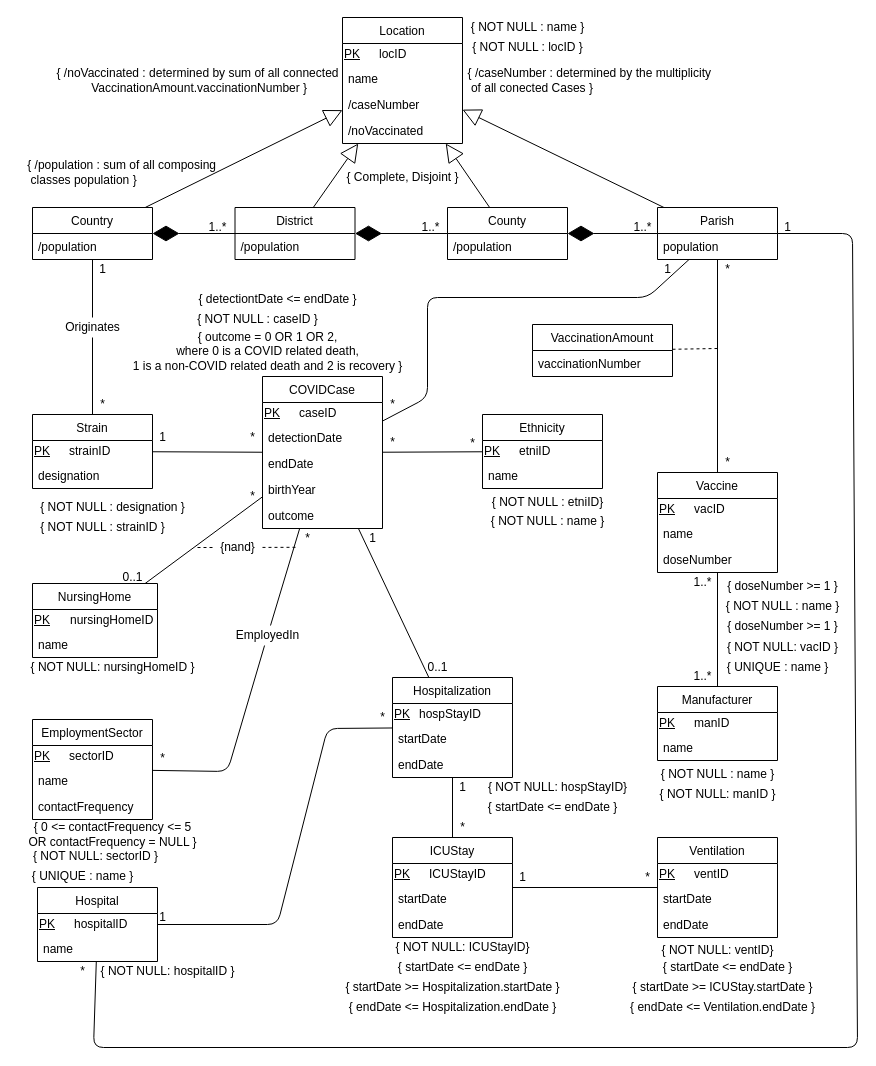
The draw.io diagram proj.drawio in DreFlo/bdad-proj, before the edit. Source tidied: cells renumbered, new cells numbered last; positions are measured from the earlier drawing's top-left corner, leaving out a move shared by most shapes. Both pictures are drawn from the tidied source at 100%, with x=0, y=0 at pixel (17, 17).
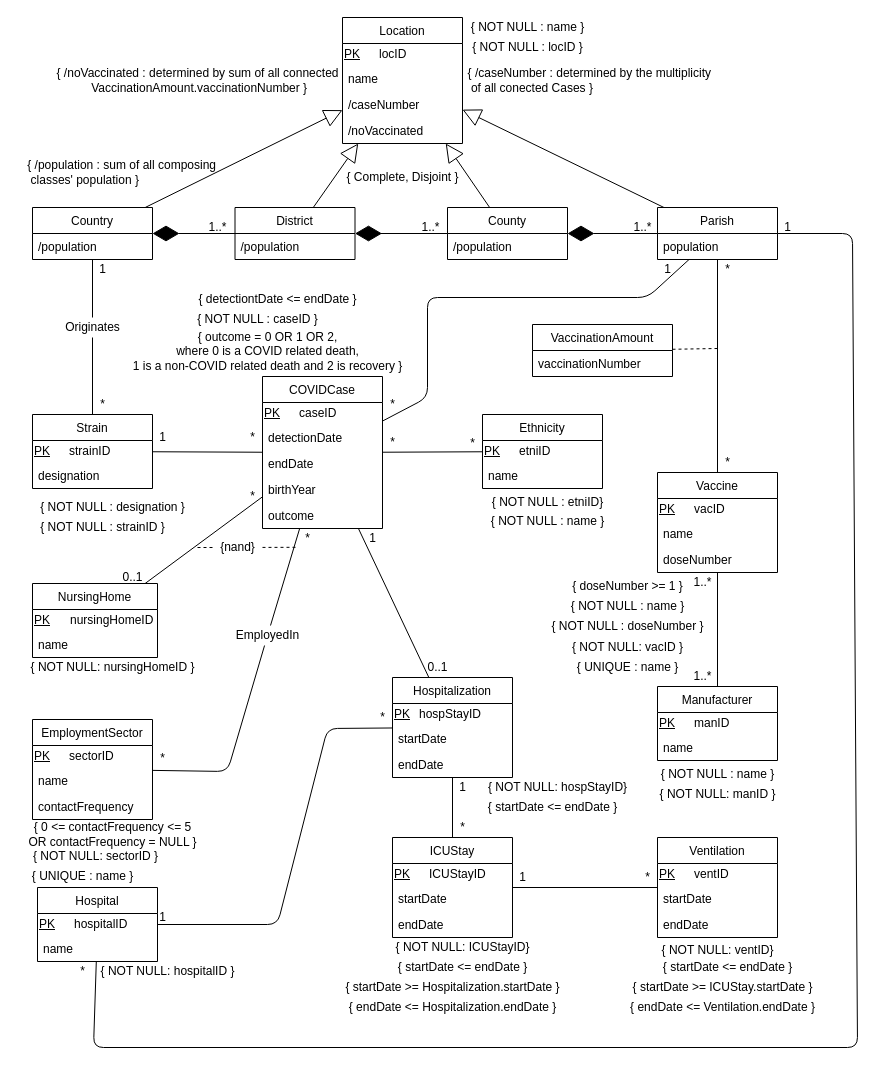
After the change.

Change to the diagram source:
```diff
@@
     <mxCell id="133" value="&lt;div align=&quot;left&quot;&gt;{ NOT NULL : name }&lt;br&gt;&lt;/div&gt;" style="text;html=1;align=center;verticalAlign=middle;" parent="1" vertex="1">
-      <mxGeometry x="700" y="579" width="130" height="20" as="geometry" />
+      <mxGeometry x="545" y="579" width="130" height="20" as="geometry" />
     </mxCell>
@@
     <mxCell id="137" value="{ doseNumber &amp;gt;= 1 }" style="text;html=1;align=center;verticalAlign=middle;" parent="1" vertex="1">
-      <mxGeometry x="705" y="559" width="120" height="20" as="geometry" />
+      <mxGeometry x="550" y="559" width="120" height="20" as="geometry" />
     </mxCell>
@@
     <mxCell id="172" value="{ NOT NULL: vacID }" style="text;html=1;align=center;verticalAlign=middle;" parent="1" vertex="1">
-      <mxGeometry x="700" y="620" width="130" height="20" as="geometry" />
+      <mxGeometry x="545" y="620" width="130" height="20" as="geometry" />
     </mxCell>
@@
-    <mxCell id="182" value="&lt;div style=&quot;text-align: justify&quot;&gt;{ /population : sum of all composing&lt;/div&gt;&lt;div style=&quot;text-align: justify&quot;&gt;&amp;nbsp;classes population&lt;span&gt;&amp;nbsp;}&lt;/span&gt;&lt;/div&gt;" style="text;html=1;align=right;verticalAlign=middle;" parent="1" vertex="1">
+    <mxCell id="182" value="&lt;div style=&quot;text-align: justify&quot;&gt;{ /population : sum of all composing&lt;/div&gt;&lt;div style=&quot;text-align: justify&quot;&gt;&amp;nbsp;classes' population&lt;span&gt;&amp;nbsp;}&lt;/span&gt;&lt;/div&gt;" style="text;html=1;align=right;verticalAlign=middle;" parent="1" vertex="1">
       <mxGeometry y="140" width="200" height="30" as="geometry" />
     </mxCell>
@@
     <mxCell id="184" value="{ UNIQUE : name }" style="text;html=1;align=center;verticalAlign=middle;" parent="1" vertex="1">
-      <mxGeometry x="700" y="640" width="120" height="20" as="geometry" />
+      <mxGeometry x="550" y="640" width="120" height="20" as="geometry" />
     </mxCell>
-    <mxCell id="185" value="{ doseNumber &amp;gt;= 1 }" style="text;html=1;align=center;verticalAlign=middle;" parent="1" vertex="1">
-      <mxGeometry x="705" y="599" width="120" height="20" as="geometry" />
+    <mxCell id="185" value="{ NOT NULL : doseNumber }" style="text;html=1;align=center;verticalAlign=middle;" parent="1" vertex="1">
+      <mxGeometry x="525" y="599" width="170" height="20" as="geometry" />
     </mxCell>
```
